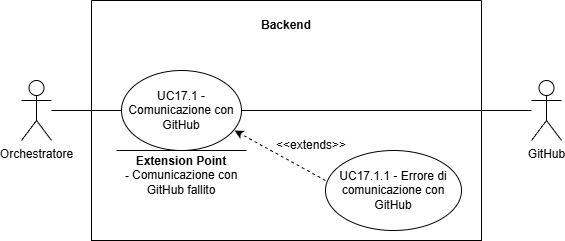
Above: assets/diagrams/UC17_1.png in SkarabGroup/DocumentazioneProgetto (draw.io), before the change. Source tidied: cells renumbered, new cells last; positions are measured from the earlier drawing's top-left corner, leaving out a move shared by most shapes.
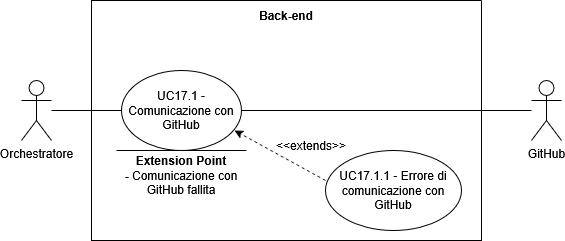
After the change.

Change to the diagram source:
```diff
@@ -8,8 +8,8 @@
     <mxCell id="3" style="swimlane;startSize=0;" parent="1" vertex="1">
       <mxGeometry x="70" width="390" height="240" as="geometry" />
     </mxCell>
-    <mxCell id="4" value="Backend" style="text;html=1;whiteSpace=wrap;strokeColor=none;fillColor=none;align=center;verticalAlign=middle;rounded=0;fontStyle=1;" parent="3" vertex="1">
-      <mxGeometry x="165" y="10" width="60" height="30" as="geometry" />
+    <mxCell id="4" value="Back-end" style="text;html=1;whiteSpace=wrap;strokeColor=none;fillColor=none;align=center;verticalAlign=middle;rounded=0;fontStyle=1;" parent="3" vertex="1">
+      <mxGeometry x="165" width="60" height="30" as="geometry" />
     </mxCell>
     <mxCell id="5" value="UC17.1 - Comunicazione con GitHub" style="ellipse;html=1;whiteSpace=wrap;" parent="3" vertex="1">
       <mxGeometry x="30" y="70" width="120" height="80" as="geometry" />
@@ -26,7 +26,7 @@
         <mxPoint x="155" y="150" as="targetPoint" />
       </mxGeometry>
     </mxCell>
-    <mxCell id="9" value="&lt;b&gt;Extension Point&lt;/b&gt;&lt;div&gt;&lt;b&gt;- &lt;/b&gt;Comunicazione con GitHub fallito&lt;/div&gt;" style="text;html=1;whiteSpace=wrap;strokeColor=none;fillColor=none;align=center;verticalAlign=middle;rounded=0;" parent="3" vertex="1">
+    <mxCell id="9" value="&lt;b&gt;Extension Point&lt;/b&gt;&lt;div&gt;&lt;b&gt;- &lt;/b&gt;Comunicazione con GitHub fallita&lt;/div&gt;" style="text;html=1;whiteSpace=wrap;strokeColor=none;fillColor=none;align=center;verticalAlign=middle;rounded=0;" parent="3" vertex="1">
       <mxGeometry x="20" y="150" width="140" height="50" as="geometry" />
     </mxCell>
     <mxCell id="10" value="&amp;lt;&amp;lt;extends&amp;gt;&amp;gt;" style="text;html=1;whiteSpace=wrap;strokeColor=none;fillColor=none;align=center;verticalAlign=middle;rounded=0;" parent="3" vertex="1">
```
